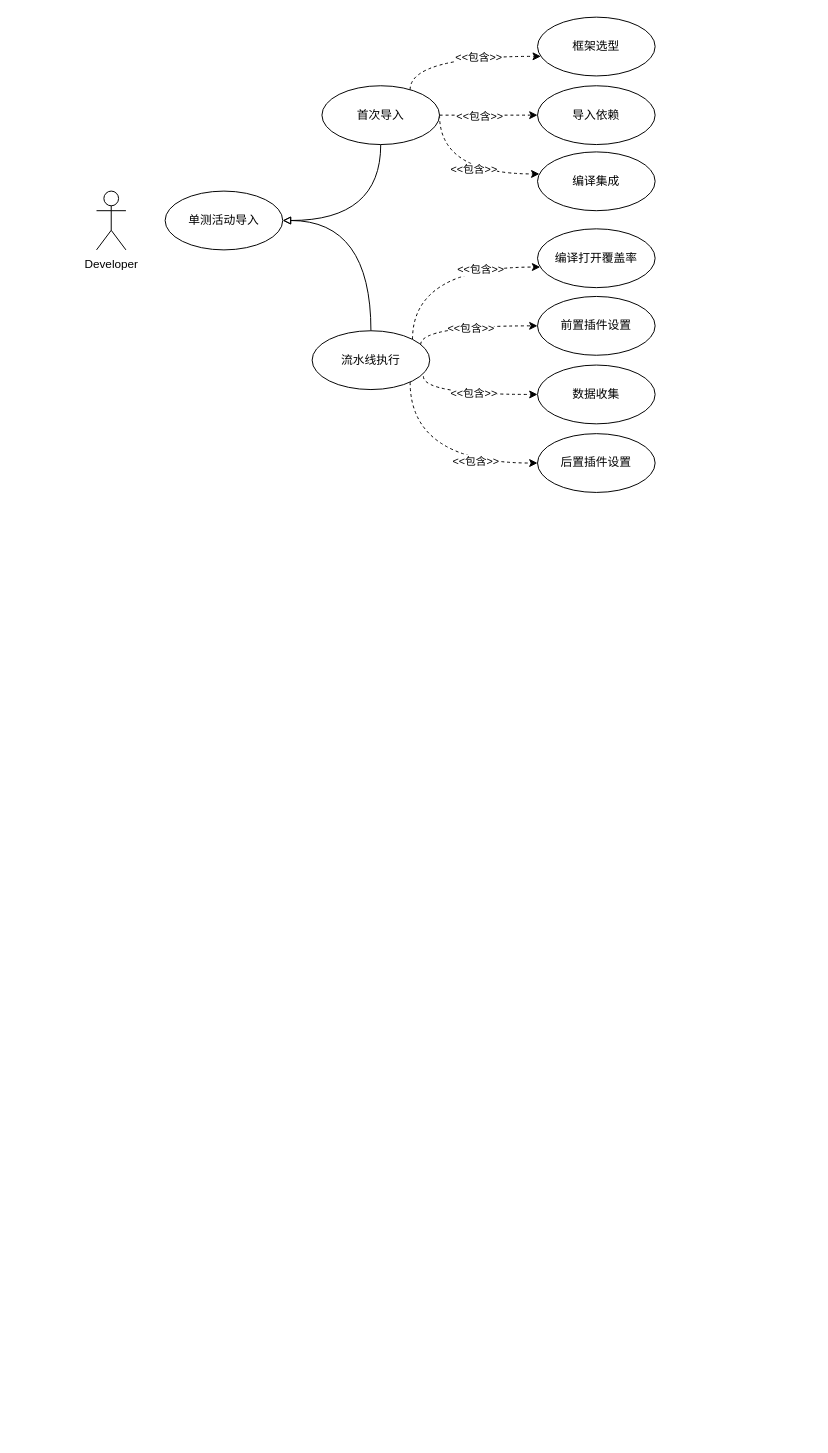
Before: Bot方案.drawio in MengJie/design, a draw.io diagram. Source tidied: cells renumbered, new cells numbered last; positions are measured from the earlier drawing's top-left corner, leaving out a move shared by most shapes. Both pictures are drawn from the tidied source at 98%, with x=0, y=0 at pixel (96, 17).
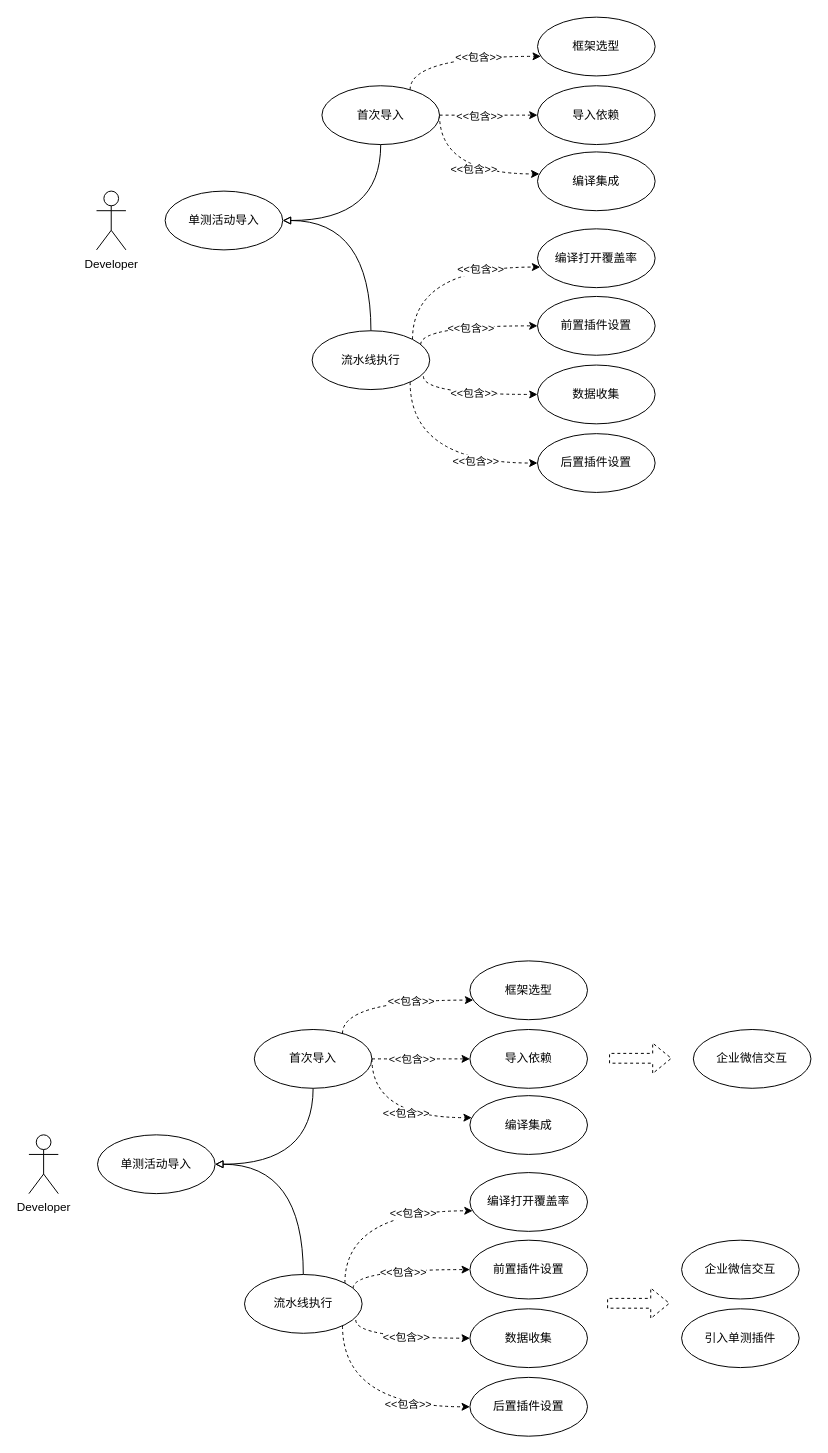
The same diagram, later.

The edit, as a diff of the source:
```diff
@@
+    <mxCell id="29" value="Developer" style="shape=umlActor;verticalLabelPosition=bottom;verticalAlign=top;html=1;" parent="1" vertex="1">
+      <mxGeometry x="-69" y="1140.5" width="30" height="60" as="geometry" />
+    </mxCell>
+    <mxCell id="30" style="edgeStyle=orthogonalEdgeStyle;curved=1;jettySize=auto;html=1;strokeColor=#000000;endArrow=none;endFill=0;startArrow=block;startFill=0;" parent="1" edge="1" source="32" target="39">
+      <mxGeometry relative="1" as="geometry" />
+    </mxCell>
+    <mxCell id="31" style="edgeStyle=orthogonalEdgeStyle;curved=1;jettySize=auto;html=1;strokeColor=#000000;startArrow=block;startFill=0;endArrow=none;endFill=0;" parent="1" edge="1" source="32" target="48">
+      <mxGeometry relative="1" as="geometry" />
+    </mxCell>
+    <mxCell id="32" value="单测活动导入" style="ellipse;whiteSpace=wrap;html=1;" parent="1" vertex="1">
+      <mxGeometry x="1" y="1140.5" width="120" height="60" as="geometry" />
+    </mxCell>
+    <mxCell id="33" style="edgeStyle=orthogonalEdgeStyle;curved=1;jettySize=auto;html=1;startArrow=none;startFill=0;endArrow=classic;endFill=1;strokeColor=#000000;dashed=1;" parent="1" edge="1" source="39" target="49">
+      <mxGeometry relative="1" as="geometry">
+        <Array as="points">
+          <mxPoint x="251" y="1003" />
+        </Array>
+      </mxGeometry>
+    </mxCell>
+    <mxCell id="34" value="&amp;lt;&amp;lt;包含&amp;gt;&amp;gt;" style="edgeLabel;html=1;align=center;verticalAlign=middle;" parent="33" vertex="1">
+      <mxGeometry x="0.23" relative="1" as="geometry">
+        <mxPoint x="1" as="offset" />
+      </mxGeometry>
+    </mxCell>
+    <mxCell id="35" style="edgeStyle=orthogonalEdgeStyle;curved=1;jettySize=auto;html=1;dashed=1;startArrow=none;startFill=0;endArrow=classic;endFill=1;strokeColor=#000000;" parent="1" edge="1" source="39" target="50">
+      <mxGeometry relative="1" as="geometry">
+        <Array as="points">
+          <mxPoint x="331" y="1063" />
+          <mxPoint x="331" y="1063" />
+        </Array>
+      </mxGeometry>
+    </mxCell>
+    <mxCell id="36" value="&amp;lt;&amp;lt;包含&amp;gt;&amp;gt;" style="edgeLabel;html=1;align=center;verticalAlign=middle;" parent="35" vertex="1">
+      <mxGeometry x="-0.2" relative="1" as="geometry" />
+    </mxCell>
+    <mxCell id="37" style="edgeStyle=orthogonalEdgeStyle;curved=1;jettySize=auto;html=1;dashed=1;startArrow=none;startFill=0;endArrow=classic;endFill=1;strokeColor=#000000;" parent="1" edge="1" source="39" target="51">
+      <mxGeometry relative="1" as="geometry">
+        <Array as="points">
+          <mxPoint x="281" y="1123" />
+        </Array>
+      </mxGeometry>
+    </mxCell>
+    <mxCell id="38" value="&amp;lt;&amp;lt;包含&amp;gt;&amp;gt;" style="edgeLabel;html=1;align=center;verticalAlign=middle;" parent="37" vertex="1">
+      <mxGeometry x="0.05" y="5" relative="1" as="geometry">
+        <mxPoint x="9" as="offset" />
+      </mxGeometry>
+    </mxCell>
+    <mxCell id="39" value="首次导入" style="ellipse;whiteSpace=wrap;html=1;" parent="1" vertex="1">
+      <mxGeometry x="161" y="1033" width="120" height="60" as="geometry" />
+    </mxCell>
+    <mxCell id="40" style="edgeStyle=orthogonalEdgeStyle;curved=1;jettySize=auto;html=1;dashed=1;startArrow=none;startFill=0;endArrow=classic;endFill=1;strokeColor=#000000;exitX=0.923;exitY=0.234;exitDx=0;exitDy=0;exitPerimeter=0;" parent="1" edge="1" source="48" target="52">
+      <mxGeometry relative="1" as="geometry">
+        <Array as="points">
+          <mxPoint x="262" y="1278" />
+        </Array>
+      </mxGeometry>
+    </mxCell>
+    <mxCell id="41" value="&amp;lt;&amp;lt;包含&amp;gt;&amp;gt;" style="edgeLabel;html=1;align=center;verticalAlign=middle;" parent="40" vertex="1">
+      <mxGeometry x="0.01" y="-2" relative="1" as="geometry" />
+    </mxCell>
+    <mxCell id="42" style="edgeStyle=orthogonalEdgeStyle;curved=1;jettySize=auto;html=1;dashed=1;startArrow=none;startFill=0;endArrow=classic;endFill=1;strokeColor=#000000;exitX=0.946;exitY=0.775;exitDx=0;exitDy=0;exitPerimeter=0;" parent="1" edge="1" source="48" target="53">
+      <mxGeometry relative="1" as="geometry">
+        <Array as="points">
+          <mxPoint x="264" y="1348" />
+        </Array>
+      </mxGeometry>
+    </mxCell>
+    <mxCell id="43" value="&amp;lt;&amp;lt;包含&amp;gt;&amp;gt;" style="edgeLabel;html=1;align=center;verticalAlign=middle;" parent="42" vertex="1">
+      <mxGeometry x="-0.07" y="1" relative="1" as="geometry">
+        <mxPoint x="7" y="-1" as="offset" />
+      </mxGeometry>
+    </mxCell>
+    <mxCell id="44" style="edgeStyle=orthogonalEdgeStyle;curved=1;jettySize=auto;html=1;dashed=1;startArrow=none;startFill=0;endArrow=classic;endFill=1;strokeColor=#000000;" parent="1" edge="1" source="48" target="54">
+      <mxGeometry relative="1" as="geometry">
+        <Array as="points">
+          <mxPoint x="251" y="1343" />
+        </Array>
+      </mxGeometry>
+    </mxCell>
+    <mxCell id="45" value="&amp;lt;&amp;lt;包含&amp;gt;&amp;gt;" style="edgeLabel;html=1;align=center;verticalAlign=middle;" parent="44" vertex="1">
+      <mxGeometry x="0.27" y="10" relative="1" as="geometry">
+        <mxPoint x="14" y="7" as="offset" />
+      </mxGeometry>
+    </mxCell>
+    <mxCell id="46" style="edgeStyle=orthogonalEdgeStyle;curved=1;jettySize=auto;html=1;dashed=1;startArrow=none;startFill=0;endArrow=classic;endFill=1;strokeColor=#000000;exitX=1;exitY=0;exitDx=0;exitDy=0;" parent="1" edge="1" source="48" target="55">
+      <mxGeometry relative="1" as="geometry">
+        <Array as="points">
+          <mxPoint x="254" y="1218" />
+        </Array>
+      </mxGeometry>
+    </mxCell>
+    <mxCell id="47" value="&amp;lt;&amp;lt;包含&amp;gt;&amp;gt;" style="edgeLabel;html=1;align=center;verticalAlign=middle;" parent="46" vertex="1">
+      <mxGeometry x="0.26" y="-8" relative="1" as="geometry">
+        <mxPoint x="14" y="-6" as="offset" />
+      </mxGeometry>
+    </mxCell>
+    <mxCell id="48" value="流水线执行" style="ellipse;whiteSpace=wrap;html=1;" parent="1" vertex="1">
+      <mxGeometry x="151" y="1283" width="120" height="60" as="geometry" />
+    </mxCell>
+    <mxCell id="49" value="框架选型" style="ellipse;whiteSpace=wrap;html=1;" parent="1" vertex="1">
+      <mxGeometry x="381" y="963" width="120" height="60" as="geometry" />
+    </mxCell>
+    <mxCell id="50" value="导入依赖" style="ellipse;whiteSpace=wrap;html=1;" parent="1" vertex="1">
+      <mxGeometry x="381" y="1033" width="120" height="60" as="geometry" />
+    </mxCell>
+    <mxCell id="51" value="编译集成" style="ellipse;whiteSpace=wrap;html=1;" parent="1" vertex="1">
+      <mxGeometry x="381" y="1100.5" width="120" height="60" as="geometry" />
+    </mxCell>
+    <mxCell id="52" value="前置插件设置" style="ellipse;whiteSpace=wrap;html=1;" parent="1" vertex="1">
+      <mxGeometry x="381" y="1248" width="120" height="60" as="geometry" />
+    </mxCell>
+    <mxCell id="53" value="数据收集" style="ellipse;whiteSpace=wrap;html=1;" parent="1" vertex="1">
+      <mxGeometry x="381" y="1318" width="120" height="60" as="geometry" />
+    </mxCell>
+    <mxCell id="54" value="后置插件设置" style="ellipse;whiteSpace=wrap;html=1;" parent="1" vertex="1">
+      <mxGeometry x="381" y="1388" width="120" height="60" as="geometry" />
+    </mxCell>
+    <mxCell id="55" value="编译打开覆盖率" style="ellipse;whiteSpace=wrap;html=1;" parent="1" vertex="1">
+      <mxGeometry x="381" y="1179" width="120" height="60" as="geometry" />
+    </mxCell>
+    <mxCell id="56" style="shape=flexArrow;endArrow=classic;html=1;dashed=1;strokeColor=#000000;" parent="1" edge="1">
+      <mxGeometry relative="1" as="geometry">
+        <mxPoint x="523" y="1062.4" as="sourcePoint" />
+        <mxPoint x="587" y="1062.4" as="targetPoint" />
+      </mxGeometry>
+    </mxCell>
+    <mxCell id="57" style="shape=flexArrow;endArrow=classic;html=1;dashed=1;strokeColor=#000000;" parent="1" edge="1">
+      <mxGeometry relative="1" as="geometry">
+        <mxPoint x="521" y="1312.4" as="sourcePoint" />
+        <mxPoint x="585" y="1312.4" as="targetPoint" />
+      </mxGeometry>
+    </mxCell>
+    <mxCell id="58" value="企业微信交互" style="ellipse;whiteSpace=wrap;html=1;" parent="1" vertex="1">
+      <mxGeometry x="609" y="1033" width="120" height="60" as="geometry" />
+    </mxCell>
+    <mxCell id="59" value="企业微信交互" style="ellipse;whiteSpace=wrap;html=1;" parent="1" vertex="1">
+      <mxGeometry x="597" y="1248" width="120" height="60" as="geometry" />
+    </mxCell>
+    <mxCell id="60" value="引入单测插件" style="ellipse;whiteSpace=wrap;html=1;" parent="1" vertex="1">
+      <mxGeometry x="597" y="1318" width="120" height="60" as="geometry" />
+    </mxCell>
```
